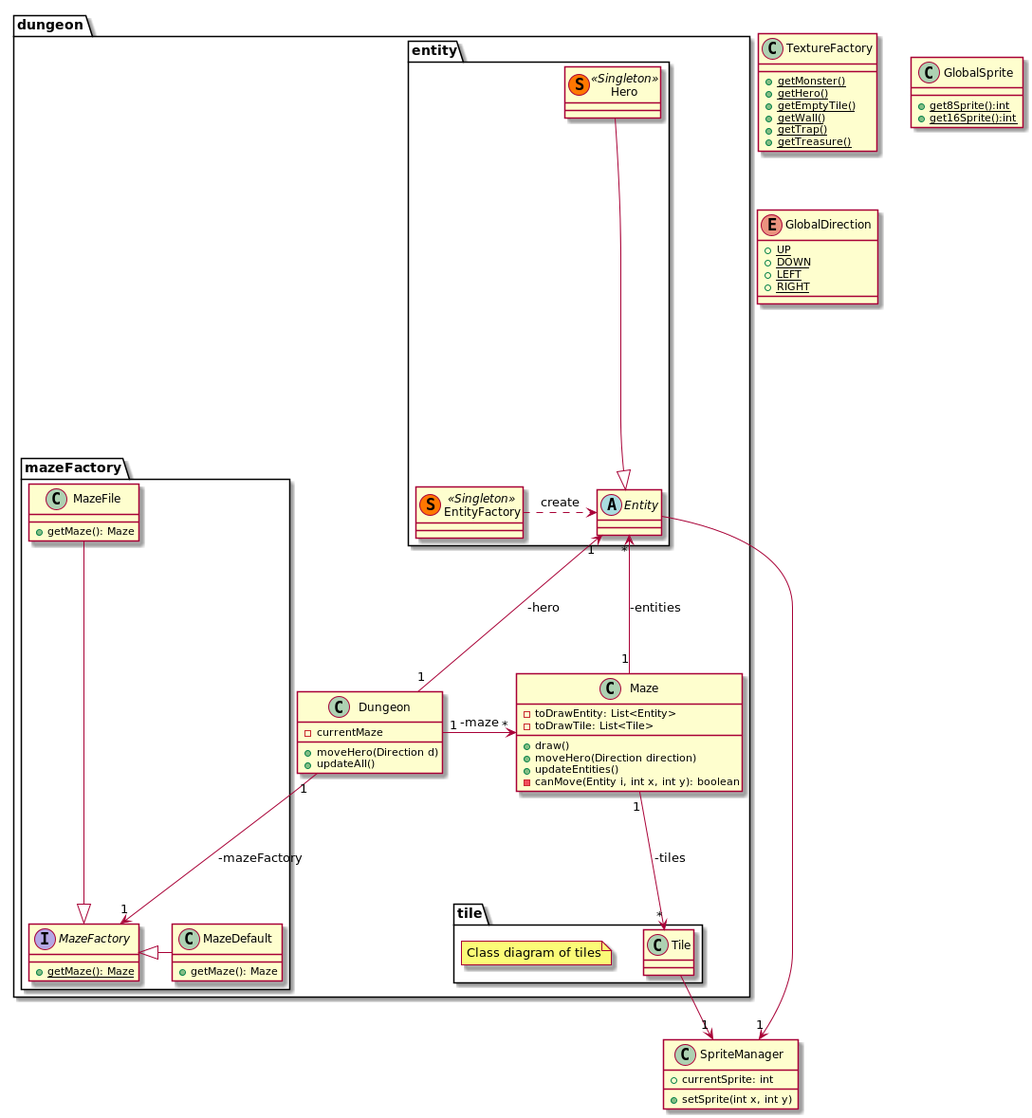
Before: doc/first_sprint/diagrams/class/global.png, a diagram exported from PlantUML (Reynault/ACL_2019_Zelpop).
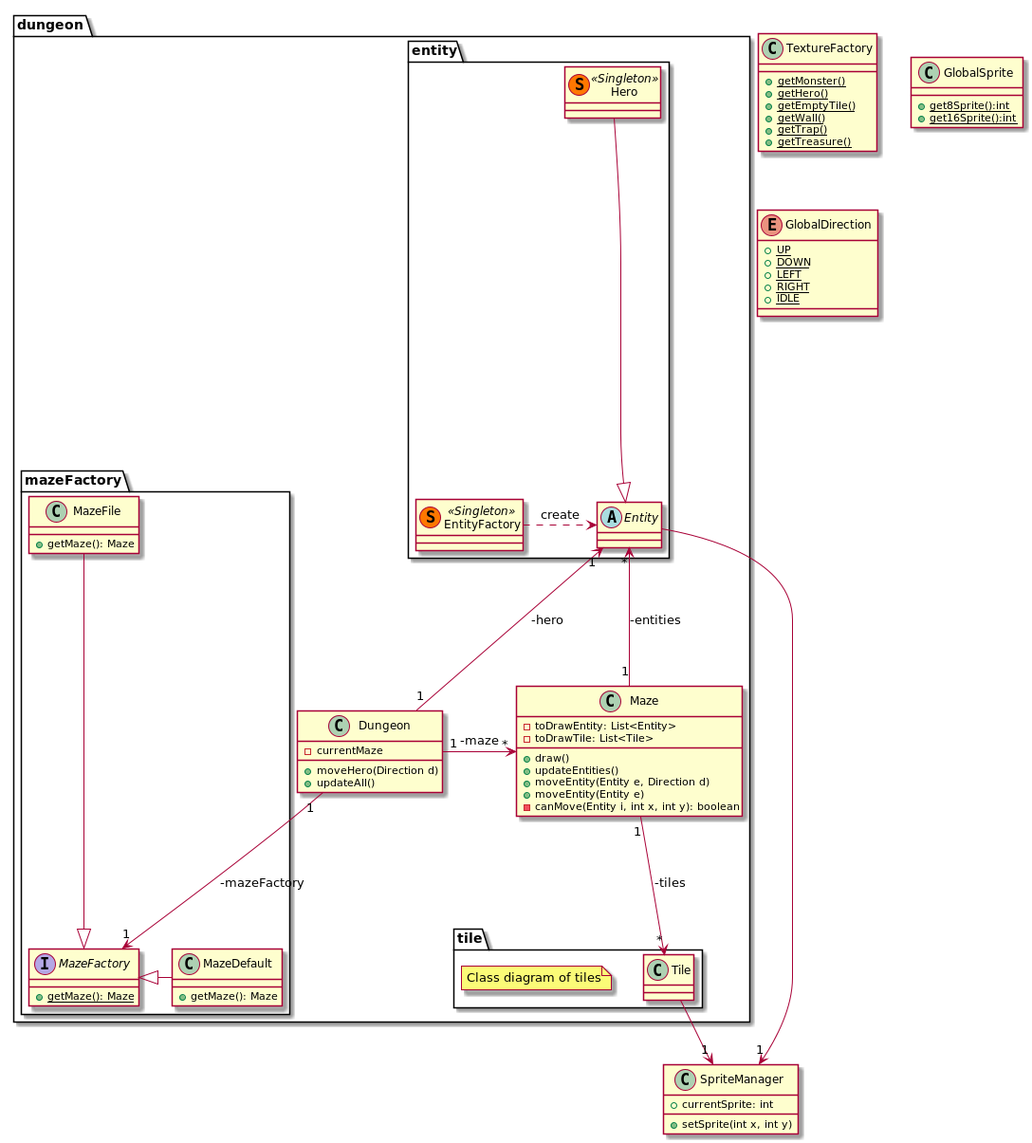
After the commit.

Commit message:
First Sprint : Update diagrams

What changed in the source:
```diff
@@ -12,8 +12,9 @@
         - toDrawEntity: List<Entity>
         - toDrawTile: List<Tile>
         + draw()
-        + moveHero(Direction direction)
         + updateEntities()
+        + moveEntity(Entity e, Direction d)
+        + moveEntity(Entity e)
         - canMove(Entity i, int x, int y): boolean
     }
 
@@ -85,6 +86,7 @@
     + {static} DOWN
     + {static} LEFT
     + {static} RIGHT
+    + {static} IDLE
 }
 
 MazeDefault -left-|> MazeFactory
```
